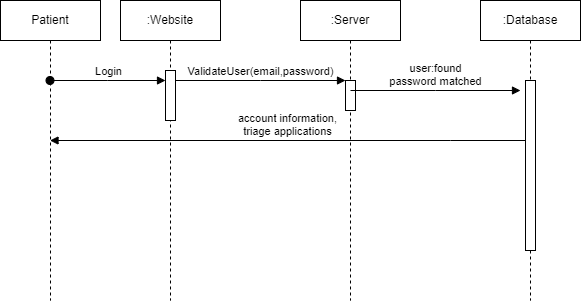
Before: Milestone2/activityDiagrams/Copy of loginSequenceDiagram.drawio.png, a diagram exported from draw.io (SENG-350-2024-fall/Team5). Source tidied: cells renumbered, new cells last; positions are measured from the earlier drawing's top-left corner, leaving out a move shared by most shapes. Source of this version:
```xml
<mxGraphModel>
  <root>
    <mxCell id="0" />
    <mxCell id="1" parent="0" />
    <mxCell id="2" value=":Website" style="shape=umlLifeline;perimeter=lifelinePerimeter;whiteSpace=wrap;html=1;newEdgeStyle={&quot;edgeStyle&quot;:&quot;elbowEdgeStyle&quot;,&quot;elbow&quot;:&quot;vertical&quot;,&quot;curved&quot;:0,&quot;rounded&quot;:0};" parent="1" vertex="1">
      <mxGeometry x="120" width="100" height="300" as="geometry" />
    </mxCell>
    <mxCell id="3" style="html=1;points=[];perimeter=orthogonalPerimeter;outlineConnect=0;targetShapes=umlLifeline;portConstraint=eastwest;newEdgeStyle={&quot;edgeStyle&quot;:&quot;elbowEdgeStyle&quot;,&quot;elbow&quot;:&quot;vertical&quot;,&quot;curved&quot;:0,&quot;rounded&quot;:0};" parent="2" vertex="1">
      <mxGeometry x="45" y="70" width="10" height="50" as="geometry" />
    </mxCell>
    <mxCell id="4" value=":Server" style="shape=umlLifeline;perimeter=lifelinePerimeter;whiteSpace=wrap;html=1;newEdgeStyle={&quot;edgeStyle&quot;:&quot;elbowEdgeStyle&quot;,&quot;elbow&quot;:&quot;vertical&quot;,&quot;curved&quot;:0,&quot;rounded&quot;:0};" parent="1" vertex="1">
      <mxGeometry x="300" width="100" height="300" as="geometry" />
    </mxCell>
    <mxCell id="5" style="html=1;points=[];perimeter=orthogonalPerimeter;outlineConnect=0;targetShapes=umlLifeline;portConstraint=eastwest;newEdgeStyle={&quot;edgeStyle&quot;:&quot;elbowEdgeStyle&quot;,&quot;elbow&quot;:&quot;vertical&quot;,&quot;curved&quot;:0,&quot;rounded&quot;:0};" parent="4" vertex="1">
      <mxGeometry x="45" y="80" width="10" height="30" as="geometry" />
    </mxCell>
    <mxCell id="6" value="ValidateUser(email,password)" style="html=1;verticalAlign=bottom;endArrow=block;edgeStyle=elbowEdgeStyle;elbow=vertical;curved=0;rounded=0;" parent="1" edge="1" source="3" target="5">
      <mxGeometry relative="1" as="geometry">
        <Array as="points">
          <mxPoint x="260" y="80" />
        </Array>
      </mxGeometry>
    </mxCell>
    <mxCell id="7" value=":Database" style="shape=umlLifeline;perimeter=lifelinePerimeter;whiteSpace=wrap;html=1;newEdgeStyle={&quot;edgeStyle&quot;:&quot;elbowEdgeStyle&quot;,&quot;elbow&quot;:&quot;vertical&quot;,&quot;curved&quot;:0,&quot;rounded&quot;:0};" parent="1" vertex="1">
      <mxGeometry x="480" width="100" height="300" as="geometry" />
    </mxCell>
    <mxCell id="8" style="html=1;perimeter=orthogonalPerimeter;targetShapes=umlLifeline;newEdgeStyle={&quot;edgeStyle&quot;:&quot;elbowEdgeStyle&quot;,&quot;elbow&quot;:&quot;vertical&quot;,&quot;curved&quot;:0,&quot;rounded&quot;:0};" parent="7" vertex="1">
      <mxGeometry x="45" y="80" width="10" height="170" as="geometry" />
    </mxCell>
    <mxCell id="9" value="user:found&lt;br&gt;password matched" style="html=1;verticalAlign=bottom;endArrow=block;edgeStyle=elbowEdgeStyle;elbow=vertical;curved=0;rounded=0;" parent="1" edge="1">
      <mxGeometry relative="1" as="geometry">
        <mxPoint x="350" y="90" as="sourcePoint" />
        <mxPoint x="520" y="90" as="targetPoint" />
        <Array as="points">
          <mxPoint x="435" y="90" />
        </Array>
      </mxGeometry>
    </mxCell>
    <mxCell id="10" value="account information,&lt;br&gt;triage applications" style="html=1;verticalAlign=bottom;endArrow=block;edgeStyle=elbowEdgeStyle;elbow=vertical;curved=0;rounded=0;" parent="1" edge="1" target="11">
      <mxGeometry relative="1" as="geometry">
        <mxPoint x="525" y="140" as="sourcePoint" />
        <Array as="points">
          <mxPoint x="450" y="140" />
        </Array>
      </mxGeometry>
    </mxCell>
    <mxCell id="11" value="Patient" style="shape=umlLifeline;perimeter=lifelinePerimeter;whiteSpace=wrap;html=1;outlineConnect=0;portConstraint=eastwest;newEdgeStyle={&quot;edgeStyle&quot;:&quot;elbowEdgeStyle&quot;,&quot;elbow&quot;:&quot;vertical&quot;,&quot;curved&quot;:0,&quot;rounded&quot;:0};" parent="1" vertex="1">
      <mxGeometry width="100" height="300" as="geometry" />
    </mxCell>
    <mxCell id="12" value="Login" style="html=1;verticalAlign=bottom;startArrow=oval;endArrow=block;startSize=8;edgeStyle=elbowEdgeStyle;elbow=vertical;curved=0;rounded=0;" parent="1" edge="1">
      <mxGeometry relative="1" as="geometry">
        <mxPoint x="49.5" y="80" as="sourcePoint" />
        <mxPoint x="165" y="80" as="targetPoint" />
      </mxGeometry>
    </mxCell>
  </root>
</mxGraphModel>
```
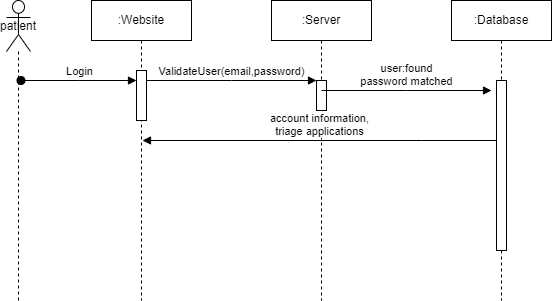
After the change.

Diff of the diagram source:
```diff
@@ -36,22 +36,23 @@
         </Array>
       </mxGeometry>
     </mxCell>
-    <mxCell id="10" value="account information,&lt;br&gt;triage applications" style="html=1;verticalAlign=bottom;endArrow=block;edgeStyle=elbowEdgeStyle;elbow=vertical;curved=0;rounded=0;" parent="1" edge="1" target="11">
+    <mxCell id="10" value="account information,&lt;br&gt;triage applications" style="html=1;verticalAlign=bottom;endArrow=block;edgeStyle=elbowEdgeStyle;elbow=vertical;curved=0;rounded=0;" parent="1" edge="1">
       <mxGeometry relative="1" as="geometry">
         <mxPoint x="525" y="140" as="sourcePoint" />
+        <mxPoint x="171" y="140" as="targetPoint" />
         <Array as="points">
           <mxPoint x="450" y="140" />
         </Array>
       </mxGeometry>
     </mxCell>
-    <mxCell id="11" value="Patient" style="shape=umlLifeline;perimeter=lifelinePerimeter;whiteSpace=wrap;html=1;outlineConnect=0;portConstraint=eastwest;newEdgeStyle={&quot;edgeStyle&quot;:&quot;elbowEdgeStyle&quot;,&quot;elbow&quot;:&quot;vertical&quot;,&quot;curved&quot;:0,&quot;rounded&quot;:0};" parent="1" vertex="1">
-      <mxGeometry width="100" height="300" as="geometry" />
-    </mxCell>
     <mxCell id="12" value="Login" style="html=1;verticalAlign=bottom;startArrow=oval;endArrow=block;startSize=8;edgeStyle=elbowEdgeStyle;elbow=vertical;curved=0;rounded=0;" parent="1" edge="1">
       <mxGeometry relative="1" as="geometry">
         <mxPoint x="49.5" y="80" as="sourcePoint" />
         <mxPoint x="165" y="80" as="targetPoint" />
       </mxGeometry>
     </mxCell>
+    <mxCell id="13" value="patient" style="shape=umlLifeline;perimeter=lifelinePerimeter;whiteSpace=wrap;html=1;newEdgeStyle={&quot;curved&quot;:0,&quot;rounded&quot;:0};participant=umlActor;size=51;" parent="1" vertex="1">
+      <mxGeometry x="35" width="24" height="300" as="geometry" />
+    </mxCell>
   </root>
 </mxGraphModel>
```
